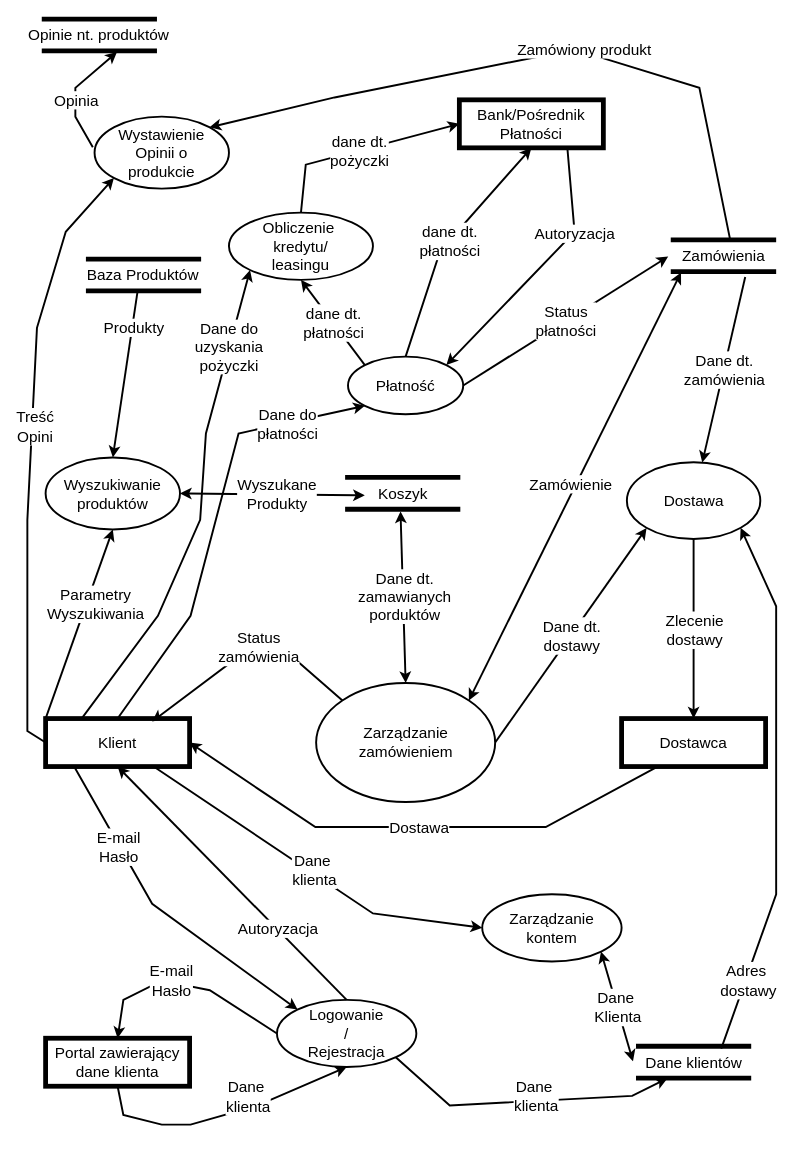
The draw.io diagram Diagram-przepływu-danych-v3.drawio in Er1v3s/diagramy-hierarchii-funkcji, before the edit. Source tidied: cells renumbered, new cells numbered last; positions are measured from the earlier drawing's top-left corner, leaving out a move shared by most shapes. Both pictures are drawn from the tidied source at 96%, with x=0, y=0 at pixel (16, 20).
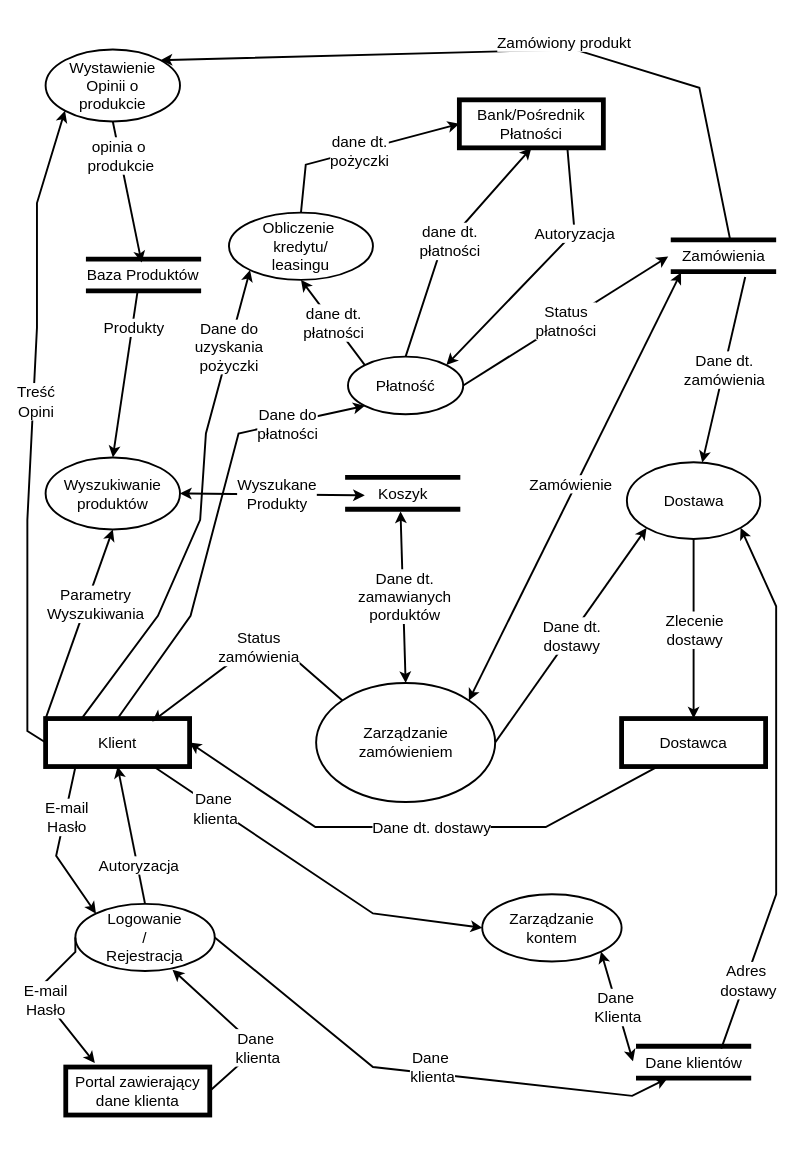
The same page after the edit.

The change refers to these unchanged cells:
```xml
<mxCell id="2" value="Klient" style="rounded=0;whiteSpace=wrap;html=1;strokeWidth=5;fontSize=16;" parent="1" vertex="1">
  <mxGeometry x="30" y="727" width="150" height="50" as="geometry" />
</mxCell>
<mxCell id="8" value="Baza Produktów" style="text;html=1;align=center;verticalAlign=middle;points=[];strokeColor=none;fillColor=none;fontSize=16;strokeWidth=5;" parent="1" vertex="1">
  <mxGeometry x="61" y="250" width="140" height="30" as="geometry" />
</mxCell>
<mxCell id="10" value="Zamówienia" style="text;html=1;align=center;verticalAlign=middle;points=[];strokeColor=none;fillColor=none;fontSize=16;" parent="1" vertex="1">
  <mxGeometry x="681" y="230" width="110" height="30" as="geometry" />
</mxCell>
<mxCell id="12" value="Dane klientów" style="text;html=1;align=center;verticalAlign=middle;points=[];strokeColor=none;fillColor=none;fontSize=16;" parent="1" vertex="1">
  <mxGeometry x="645" y="1070" width="120" height="30" as="geometry" />
</mxCell>
<mxCell id="37" style="endArrow=classic;html=1;rounded=0;strokeWidth=2;exitX=0.25;exitY=1;exitDx=0;exitDy=0;entryX=1;entryY=0.5;entryDx=0;entryDy=0;" parent="1" edge="1" source="4" target="2">
  <mxGeometry relative="1" as="geometry">
    <Array as="points">
      <mxPoint x="551" y="840" />
      <mxPoint x="311" y="840" />
      <mxPoint x="251" y="800" />
    </Array>
  </mxGeometry>
</mxCell>
<mxCell id="47" style="endArrow=classic;html=1;rounded=0;strokeWidth=2;exitX=0.75;exitY=1;exitDx=0;exitDy=0;entryX=0;entryY=0.5;entryDx=0;entryDy=0;" parent="1" edge="1" source="2" target="18">
  <mxGeometry relative="1" as="geometry">
    <Array as="points">
      <mxPoint x="371" y="930" />
    </Array>
  </mxGeometry>
</mxCell>
<mxCell id="54" style="endArrow=classic;html=1;rounded=0;strokeWidth=2;exitX=0.5;exitY=0;exitDx=0;exitDy=0;entryX=0.5;entryY=1;entryDx=0;entryDy=0;" parent="1" edge="1" source="51" target="2">
  <mxGeometry relative="1" as="geometry" />
</mxCell>
```

What changed in the source:
```diff
@@
     <mxCell id="6" value="Portal zawierający dane klienta" style="rounded=0;whiteSpace=wrap;html=1;strokeWidth=5;fontSize=16;" parent="1" vertex="1">
-      <mxGeometry x="30" y="1060" width="150" height="50" as="geometry" />
+      <mxGeometry x="51" y="1090" width="150" height="50" as="geometry" />
     </mxCell>
@@
-    <mxCell id="38" value="&lt;span style=&quot;font-size: 16px;&quot;&gt;Dostawa&lt;br&gt;&lt;/span&gt;" style="edgeLabel;html=1;align=center;verticalAlign=middle;" parent="37" vertex="1">
-      <mxGeometry relative="1" as="geometry" />
+    <mxCell id="38" value="&lt;span style=&quot;font-size: 16px;&quot;&gt;Dane dt. dostawy&lt;br&gt;&lt;/span&gt;" style="edgeLabel;html=1;align=center;verticalAlign=middle;" parent="37" vertex="1">
+      <mxGeometry relative="1" as="geometry">
+        <mxPoint x="13" as="offset" />
+      </mxGeometry>
     </mxCell>
@@
     <mxCell id="48" value="&lt;span style=&quot;font-size: 16px;&quot;&gt;Dane&amp;nbsp;&lt;br&gt;klienta&lt;br&gt;&lt;/span&gt;" style="edgeLabel;html=1;align=center;verticalAlign=middle;" parent="47" vertex="1">
       <mxGeometry relative="1" as="geometry">
-        <mxPoint x="5" y="-1" as="offset" />
+        <mxPoint x="-98" y="-65" as="offset" />
       </mxGeometry>
     </mxCell>
@@
     <mxCell id="51" value="Logowanie&lt;br&gt;/&lt;br&gt;Rejestracja" style="ellipse;whiteSpace=wrap;html=1;strokeWidth=2;fontSize=16;" parent="1" vertex="1">
-      <mxGeometry x="271" y="1020" width="145.2" height="70" as="geometry" />
+      <mxGeometry x="61" y="920" width="145.2" height="70" as="geometry" />
     </mxCell>
     <mxCell id="52" style="endArrow=classic;html=1;rounded=0;strokeWidth=2;entryX=0;entryY=0;entryDx=0;entryDy=0;exitX=0.205;exitY=1.035;exitDx=0;exitDy=0;exitPerimeter=0;" parent="1" edge="1" source="2" target="51">
       <mxGeometry relative="1" as="geometry">
         <Array as="points">
-          <mxPoint x="141" y="920" />
+          <mxPoint x="41" y="870" />
         </Array>
       </mxGeometry>
     </mxCell>
     <mxCell id="53" value="&lt;span style=&quot;font-size: 16px;&quot;&gt;E-mail&lt;br&gt;Hasło&lt;br&gt;&lt;/span&gt;" style="edgeLabel;html=1;align=center;verticalAlign=middle;" parent="52" vertex="1">
       <mxGeometry relative="1" as="geometry">
-        <mxPoint x="-46" y="-67" as="offset" />
+        <mxPoint x="8" y="-30" as="offset" />
       </mxGeometry>
     </mxCell>
@@
     <mxCell id="55" value="&lt;span style=&quot;font-size: 16px;&quot;&gt;Autoryzacja&lt;br&gt;&lt;/span&gt;" style="edgeLabel;html=1;align=center;verticalAlign=middle;" parent="54" vertex="1">
       <mxGeometry relative="1" as="geometry">
-        <mxPoint x="47" y="47" as="offset" />
+        <mxPoint x="7" y="31" as="offset" />
       </mxGeometry>
     </mxCell>
-    <mxCell id="56" style="endArrow=classic;html=1;rounded=0;strokeWidth=2;entryX=0.5;entryY=0;entryDx=0;entryDy=0;exitX=0;exitY=0.5;exitDx=0;exitDy=0;" parent="1" edge="1" source="51" target="6">
+    <mxCell id="56" style="endArrow=classic;html=1;rounded=0;strokeWidth=2;entryX=0.202;entryY=-0.084;entryDx=0;entryDy=0;exitX=0;exitY=0.5;exitDx=0;exitDy=0;entryPerimeter=0;" parent="1" edge="1" source="51" target="6">
       <mxGeometry relative="1" as="geometry">
         <Array as="points">
-          <mxPoint x="201" y="1010" />
-          <mxPoint x="151" y="1000" />
-          <mxPoint x="111" y="1020" />
+          <mxPoint x="61" y="970" />
+          <mxPoint x="21" y="1010" />
         </Array>
       </mxGeometry>
     </mxCell>
     <mxCell id="57" value="&lt;span style=&quot;font-size: 16px;&quot;&gt;E-mail&lt;br&gt;Hasło&lt;br&gt;&lt;/span&gt;" style="edgeLabel;html=1;align=center;verticalAlign=middle;" parent="56" vertex="1">
       <mxGeometry relative="1" as="geometry">
-        <mxPoint x="-14" y="-5" as="offset" />
+        <mxPoint x="1" as="offset" />
       </mxGeometry>
     </mxCell>
-    <mxCell id="58" style="endArrow=classic;html=1;rounded=0;strokeWidth=2;entryX=0.5;entryY=1;entryDx=0;entryDy=0;exitX=0.5;exitY=1;exitDx=0;exitDy=0;" parent="1" edge="1" source="6" target="51">
-      <mxGeometry relative="1" as="geometry">
-        <Array as="points">
-          <mxPoint x="111" y="1140" />
-          <mxPoint x="151" y="1150" />
-          <mxPoint x="181" y="1150" />
-          <mxPoint x="251" y="1130" />
-        </Array>
-      </mxGeometry>
-    </mxCell>
-    <mxCell id="59" value="&lt;span style=&quot;font-size: 16px;&quot;&gt;Dane&amp;nbsp;&lt;br&gt;klienta&lt;br&gt;&lt;/span&gt;" style="edgeLabel;html=1;align=center;verticalAlign=middle;" parent="58" vertex="1">
-      <mxGeometry relative="1" as="geometry">
-        <mxPoint x="25" y="-20" as="offset" />
-      </mxGeometry>
-    </mxCell>
-    <mxCell id="60" style="endArrow=classic;html=1;rounded=0;strokeWidth=2;entryX=0.272;entryY=1.063;entryDx=0;entryDy=0;exitX=1;exitY=1;exitDx=0;exitDy=0;entryPerimeter=0;" parent="1" edge="1" source="51" target="12">
+    <mxCell id="60" style="endArrow=classic;html=1;rounded=0;strokeWidth=2;entryX=0.272;entryY=1.063;entryDx=0;entryDy=0;exitX=1;exitY=0.5;exitDx=0;exitDy=0;entryPerimeter=0;" parent="1" edge="1" source="51" target="12">
       <mxGeometry relative="1" as="geometry">
         <Array as="points">
-          <mxPoint x="451" y="1130" />
+          <mxPoint x="371" y="1090" />
           <mxPoint x="641" y="1120" />
         </Array>
       </mxGeometry>
     </mxCell>
@@
     <mxCell id="62" value="Wystawienie&lt;br&gt;Opinii o&lt;br&gt;produkcie" style="ellipse;whiteSpace=wrap;html=1;strokeWidth=2;fontSize=16;" parent="1" vertex="1">
-      <mxGeometry x="81" y="100" width="140" height="75" as="geometry" />
+      <mxGeometry x="30" y="30" width="140" height="75" as="geometry" />
     </mxCell>
     <mxCell id="63" style="endArrow=classic;html=1;rounded=0;strokeWidth=2;exitX=0;exitY=0.5;exitDx=0;exitDy=0;entryX=0;entryY=1;entryDx=0;entryDy=0;" parent="1" edge="1" source="2" target="62">
       <mxGeometry relative="1" as="geometry">
         <Array as="points">
           <mxPoint x="11" y="740" />
           <mxPoint x="11" y="520" />
           <mxPoint x="21" y="320" />
-          <mxPoint x="51" y="220" />
+          <mxPoint x="21" y="190" />
         </Array>
       </mxGeometry>
     </mxCell>
@@
     <mxCell id="65" style="endArrow=classic;html=1;rounded=0;strokeWidth=2;entryX=1;entryY=0;entryDx=0;entryDy=0;exitX=0.567;exitY=-0.009;exitDx=0;exitDy=0;exitPerimeter=0;" parent="1" edge="1" source="10" target="62">
       <mxGeometry relative="1" as="geometry">
         <Array as="points">
           <mxPoint x="711" y="70" />
           <mxPoint x="581" y="30" />
-          <mxPoint x="331" y="80" />
         </Array>
       </mxGeometry>
     </mxCell>
@@
-    <mxCell id="76" style="shape=link;html=1;rounded=0;width=29.16666666666667;strokeWidth=5;fontSize=16;" parent="1" edge="1">
-      <mxGeometry relative="1" as="geometry">
-        <mxPoint x="26" y="14.9" as="sourcePoint" />
-        <mxPoint x="146" y="14.9" as="targetPoint" />
-      </mxGeometry>
-    </mxCell>
-    <mxCell id="77" value="Opinie nt. produktów" style="text;html=1;align=center;verticalAlign=middle;points=[];strokeColor=none;fillColor=none;fontSize=16;strokeWidth=5;" parent="1" vertex="1">
-      <mxGeometry width="170" height="30" as="geometry" />
-    </mxCell>
-    <mxCell id="78" style="endArrow=classic;html=1;rounded=0;strokeWidth=2;entryX=0.614;entryY=1.09;entryDx=0;entryDy=0;exitX=-0.013;exitY=0.424;exitDx=0;exitDy=0;entryPerimeter=0;exitPerimeter=0;" parent="1" edge="1" source="62" target="77">
-      <mxGeometry relative="1" as="geometry">
-        <Array as="points">
-          <mxPoint x="61" y="100" />
-          <mxPoint x="61" y="70" />
-        </Array>
-      </mxGeometry>
-    </mxCell>
-    <mxCell id="79" value="&lt;span style=&quot;font-size: 16px;&quot;&gt;Opinia&lt;br&gt;&lt;/span&gt;" style="edgeLabel;html=1;align=center;verticalAlign=middle;" parent="78" vertex="1">
-      <mxGeometry relative="1" as="geometry">
-        <mxPoint y="8" as="offset" />
-      </mxGeometry>
-    </mxCell>
+    <mxCell id="80" style="endArrow=classic;html=1;rounded=0;strokeWidth=2;entryX=0.493;entryY=0.067;entryDx=0;entryDy=0;exitX=0.5;exitY=1;exitDx=0;exitDy=0;entryPerimeter=0;" parent="1" edge="1" source="62" target="8">
+      <mxGeometry relative="1" as="geometry" />
+    </mxCell>
+    <mxCell id="81" value="&lt;span style=&quot;font-size: 16px;&quot;&gt;opinia o&lt;br&gt;&amp;nbsp;produkcie&lt;br&gt;&lt;/span&gt;" style="edgeLabel;html=1;align=center;verticalAlign=middle;" parent="80" vertex="1">
+      <mxGeometry relative="1" as="geometry">
+        <mxPoint x="-10" y="-38" as="offset" />
+      </mxGeometry>
+    </mxCell>
+    <mxCell id="58" style="endArrow=classic;html=1;rounded=0;strokeWidth=2;entryX=0.697;entryY=0.979;entryDx=0;entryDy=0;entryPerimeter=0;exitX=1;exitY=0.5;exitDx=0;exitDy=0;" parent="1" edge="1" source="6" target="51">
+      <mxGeometry relative="1" as="geometry">
+        <Array as="points">
+          <mxPoint x="251" y="1070" />
+        </Array>
+      </mxGeometry>
+    </mxCell>
+    <mxCell id="59" value="&lt;span style=&quot;font-size: 16px;&quot;&gt;Dane&amp;nbsp;&lt;br&gt;klienta&lt;br&gt;&lt;/span&gt;" style="edgeLabel;html=1;align=center;verticalAlign=middle;" parent="58" vertex="1">
+      <mxGeometry relative="1" as="geometry">
+        <mxPoint x="19" y="18" as="offset" />
+      </mxGeometry>
+    </mxCell>
```
